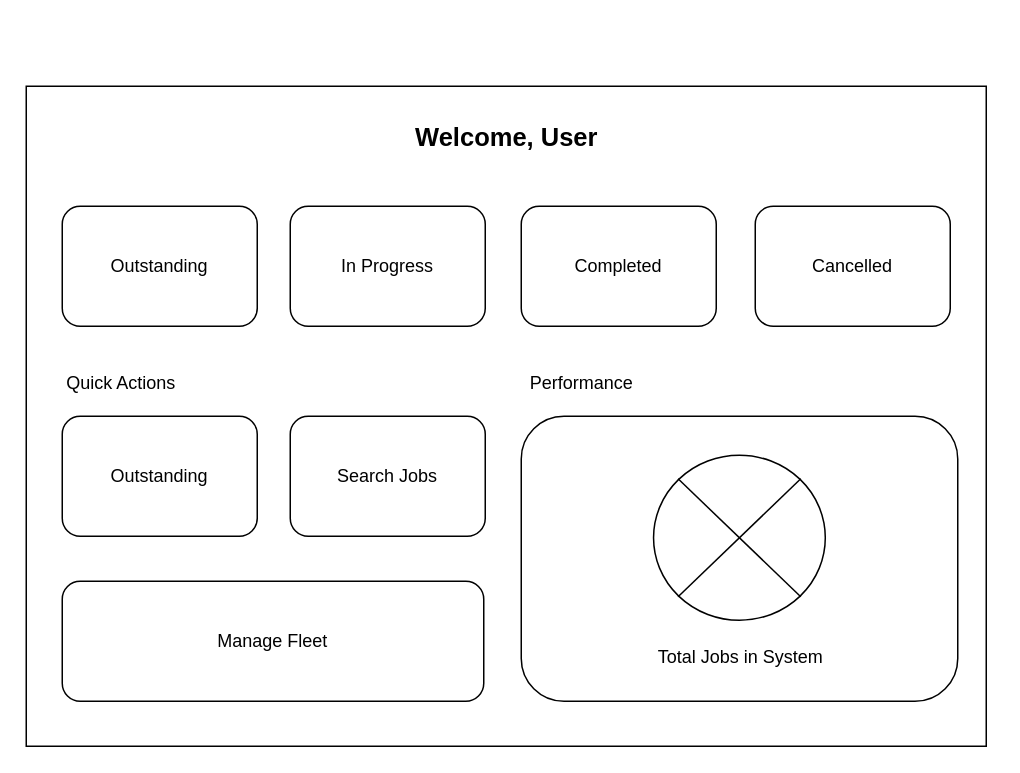
The draw.io diagram project-root/prototypes/Desktop/home.drawio in quietpanda284/logistics_app, before the edit. Source tidied: cells renumbered, new cells numbered last; positions are measured from the earlier drawing's top-left corner, leaving out a move shared by most shapes. Both pictures are drawn from the tidied source at 150%, with x=0, y=0 at pixel (26, 86).
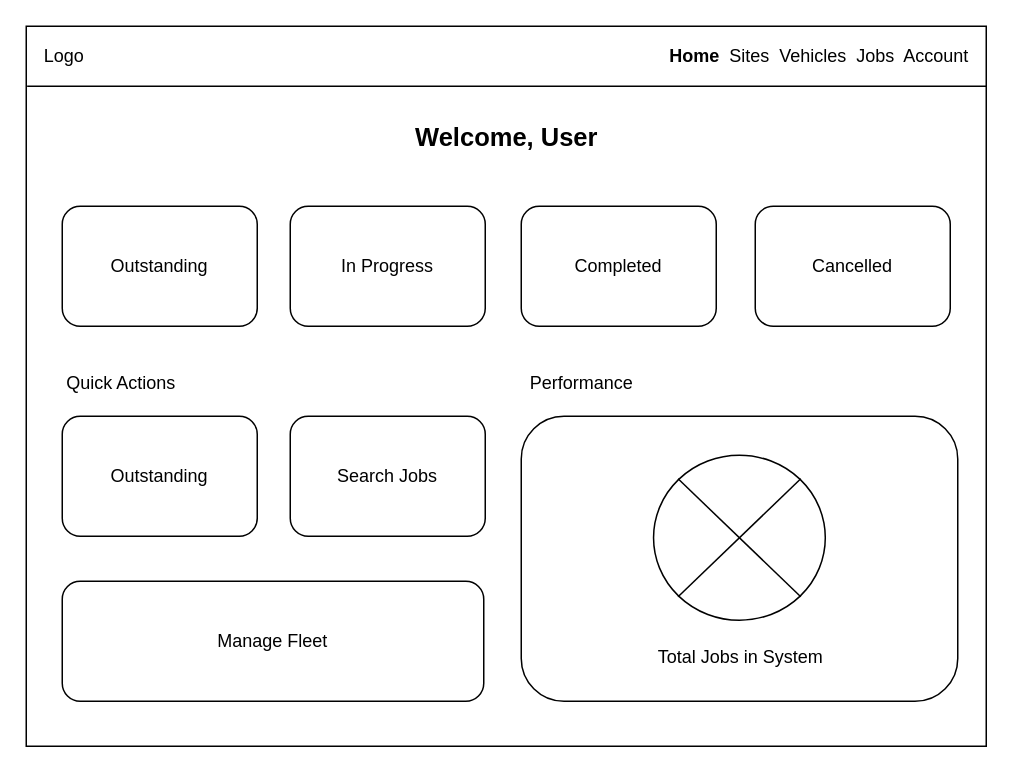
The same diagram, later.

Commit message (it also covers changes not shown here):
Modified vehicles page prototypes

The edit, as a diff of the source:
```diff
@@
 <mxGraphModel>
   <root>
     <mxCell id="0" />
     <mxCell id="1" parent="0" />
     <mxCell id="2" style="rounded=0;whiteSpace=wrap;html=1;" parent="1" vertex="1">
-      <mxGeometry width="640" height="440" as="geometry" />
+      <mxGeometry y="-40" width="640" height="480" as="geometry" />
     </mxCell>
     <mxCell id="3" value="&lt;font style=&quot;font-size: 17px;&quot;&gt;Welcome, User&lt;/font&gt;" style="text;html=1;align=center;verticalAlign=middle;strokeColor=none;fillColor=none;fontStyle=1;" parent="1" vertex="1">
       <mxGeometry x="250" y="20" width="140" height="30" as="geometry" />
     </mxCell>
     <mxCell id="4" value="Outstanding" style="rounded=1;whiteSpace=wrap;html=1;" parent="1" vertex="1">
       <mxGeometry x="24" y="80" width="130" height="80" as="geometry" />
     </mxCell>
     <mxCell id="5" value="In Progress" style="rounded=1;whiteSpace=wrap;html=1;" parent="1" vertex="1">
       <mxGeometry x="176" y="80" width="130" height="80" as="geometry" />
     </mxCell>
     <mxCell id="6" value="Completed" style="rounded=1;whiteSpace=wrap;html=1;" parent="1" vertex="1">
       <mxGeometry x="330" y="80" width="130" height="80" as="geometry" />
     </mxCell>
     <mxCell id="7" value="Cancelled" style="rounded=1;whiteSpace=wrap;html=1;" parent="1" vertex="1">
       <mxGeometry x="486" y="80" width="130" height="80" as="geometry" />
     </mxCell>
     <mxCell id="8" value="Quick Actions" style="text;html=1;align=center;verticalAlign=middle;strokeColor=none;fillColor=none;" parent="1" vertex="1">
       <mxGeometry x="13" y="183" width="100" height="30" as="geometry" />
     </mxCell>
     <mxCell id="9" value="Outstanding" style="rounded=1;whiteSpace=wrap;html=1;" parent="1" vertex="1">
       <mxGeometry x="24" y="220" width="130" height="80" as="geometry" />
     </mxCell>
     <mxCell id="10" value="Search Jobs" style="rounded=1;whiteSpace=wrap;html=1;" parent="1" vertex="1">
       <mxGeometry x="176" y="220" width="130" height="80" as="geometry" />
     </mxCell>
     <mxCell id="11" style="rounded=1;whiteSpace=wrap;html=1;" parent="1" vertex="1">
       <mxGeometry x="330" y="220" width="291" height="190" as="geometry" />
     </mxCell>
     <mxCell id="12" value="Performance" style="text;html=1;align=center;verticalAlign=middle;strokeColor=none;fillColor=none;" parent="1" vertex="1">
       <mxGeometry x="325" y="183" width="90" height="30" as="geometry" />
     </mxCell>
     <mxCell id="13" value="Manage Fleet" style="rounded=1;whiteSpace=wrap;html=1;" parent="1" vertex="1">
       <mxGeometry x="24" y="330" width="281" height="80" as="geometry" />
     </mxCell>
     <mxCell id="14" style="verticalLabelPosition=bottom;verticalAlign=top;html=1;shape=mxgraph.flowchart.or;" parent="1" vertex="1">
       <mxGeometry x="418.2" y="246" width="114.5" height="110" as="geometry" />
     </mxCell>
     <mxCell id="15" value="Total Jobs in System" style="text;html=1;align=center;verticalAlign=middle;strokeColor=none;fillColor=none;" parent="1" vertex="1">
       <mxGeometry x="410.5" y="366" width="130" height="30" as="geometry" />
     </mxCell>
+    <mxCell id="16" style="endArrow=none;html=1;entryX=0.999;entryY=0.125;entryDx=0;entryDy=0;entryPerimeter=0;" parent="1" edge="1">
+      <mxGeometry relative="1" as="geometry">
+        <mxPoint x="0.6" as="sourcePoint" />
+        <mxPoint x="640" as="targetPoint" />
+      </mxGeometry>
+    </mxCell>
+    <mxCell id="17" value="Logo" style="text;html=1;align=center;verticalAlign=middle;strokeColor=none;fillColor=none;" parent="1" vertex="1">
+      <mxGeometry y="-35" width="50" height="30" as="geometry" />
+    </mxCell>
+    <mxCell id="18" value="&lt;b&gt;Home&lt;/b&gt;&amp;nbsp; Sites&amp;nbsp; Vehicles&amp;nbsp; Jobs&amp;nbsp; Account&amp;nbsp;" style="text;html=1;align=center;verticalAlign=middle;strokeColor=none;fillColor=none;" parent="1" vertex="1">
+      <mxGeometry x="415" y="-35" width="230" height="30" as="geometry" />
+    </mxCell>
   </root>
 </mxGraphModel>
```
